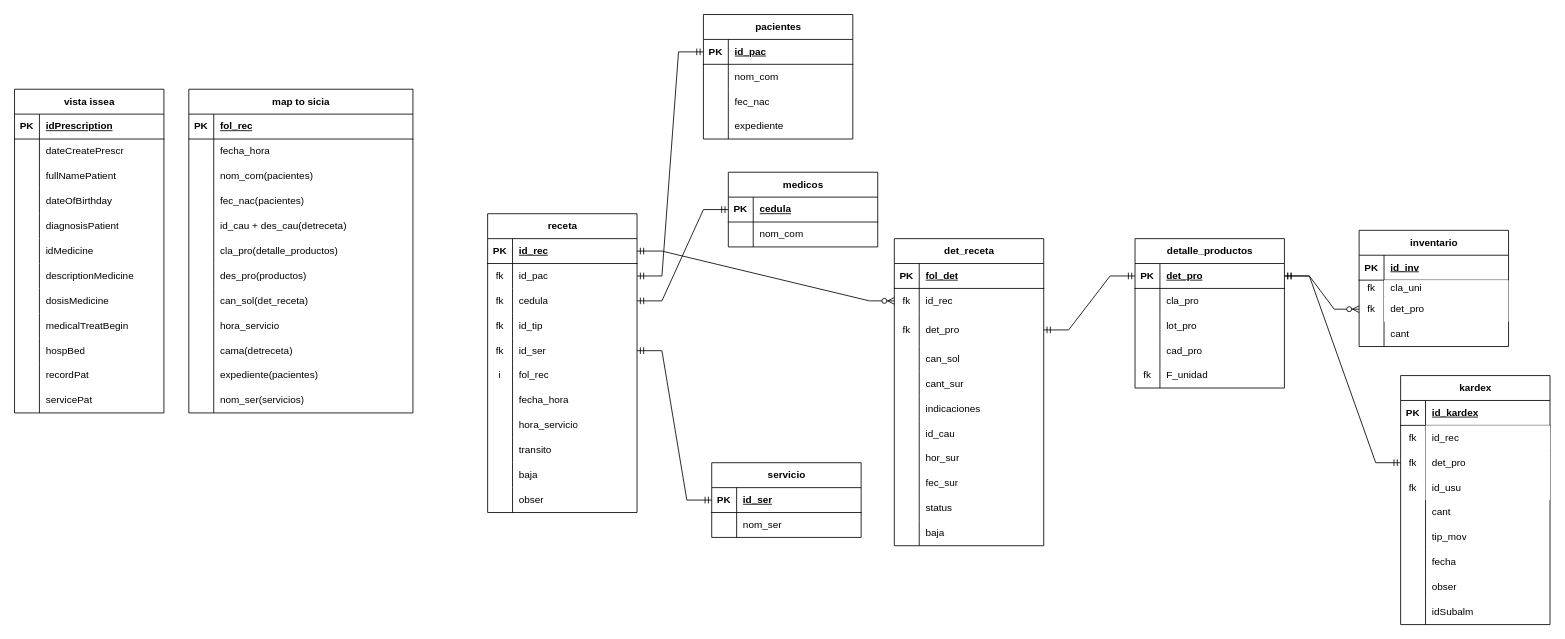
Above: Vista_Recetas_unidosis.drawio in ErnestoDanielTafoyaMolinaCYM/clases-cat-cym (draw.io), before the change. Source tidied: cells renumbered, new cells numbered last; positions are measured from the earlier drawing's top-left corner, leaving out a move shared by most shapes. Both pictures are drawn from the tidied source at 83%, with x=0, y=0 at pixel (14, 14).
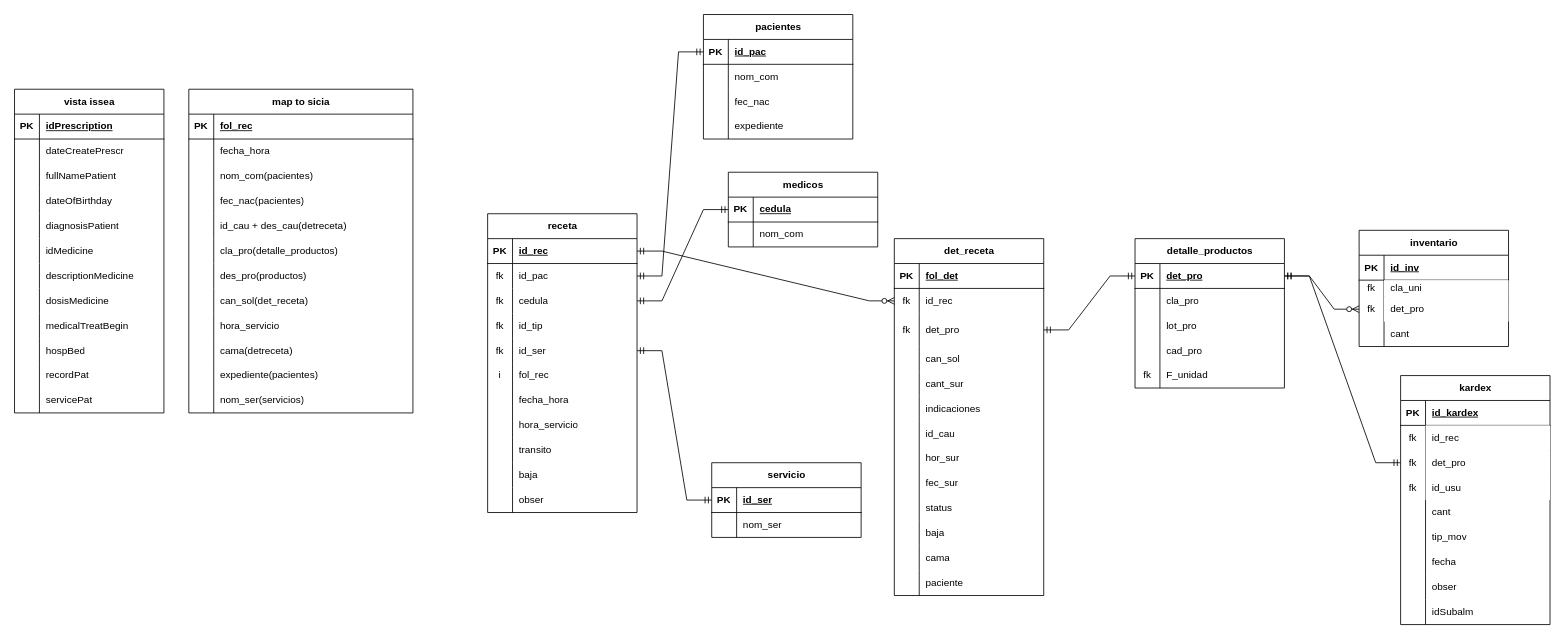
The same page after the edit.

What changed in the source:
```diff
@@
     <mxCell id="130" value="det_receta" style="shape=table;startSize=30;childLayout=tableLayout;rowLines=0;fontStyle=1;align=center;html=1;" parent="1" vertex="1">
-      <mxGeometry x="1060" y="270" width="180" height="370" as="geometry" />
+      <mxGeometry x="1060" y="270" width="180" height="430" as="geometry" />
     </mxCell>
@@
+    <mxCell id="235" style="shape=tableRow;horizontal=0;startSize=0;swimlaneHead=0;swimlaneBody=0;fillColor=none;top=0;left=0;right=0;bottom=0;" parent="130" vertex="1">
+      <mxGeometry y="370" width="180" height="30" as="geometry" />
+    </mxCell>
+    <mxCell id="236" style="shape=partialRectangle;fillColor=none;top=0;left=0;bottom=0;right=0;overflow=hidden;whiteSpace=wrap;html=1;" parent="235" vertex="1">
+      <mxGeometry width="30" height="30" as="geometry" />
+    </mxCell>
+    <mxCell id="237" value="cama" style="shape=partialRectangle;fillColor=none;top=0;left=0;bottom=0;right=0;align=left;spacingLeft=6;overflow=hidden;whiteSpace=wrap;html=1;" parent="235" vertex="1">
+      <mxGeometry x="30" width="150" height="30" as="geometry" />
+    </mxCell>
+    <mxCell id="238" style="shape=tableRow;horizontal=0;startSize=0;swimlaneHead=0;swimlaneBody=0;fillColor=none;top=0;left=0;right=0;bottom=0;" parent="130" vertex="1">
+      <mxGeometry y="400" width="180" height="30" as="geometry" />
+    </mxCell>
+    <mxCell id="239" style="shape=partialRectangle;fillColor=none;top=0;left=0;bottom=0;right=0;overflow=hidden;whiteSpace=wrap;html=1;" parent="238" vertex="1">
+      <mxGeometry width="30" height="30" as="geometry" />
+    </mxCell>
+    <mxCell id="240" value="paciente" style="shape=partialRectangle;fillColor=none;top=0;left=0;bottom=0;right=0;align=left;spacingLeft=6;overflow=hidden;whiteSpace=wrap;html=1;" parent="238" vertex="1">
+      <mxGeometry x="30" width="150" height="30" as="geometry" />
+    </mxCell>
```
